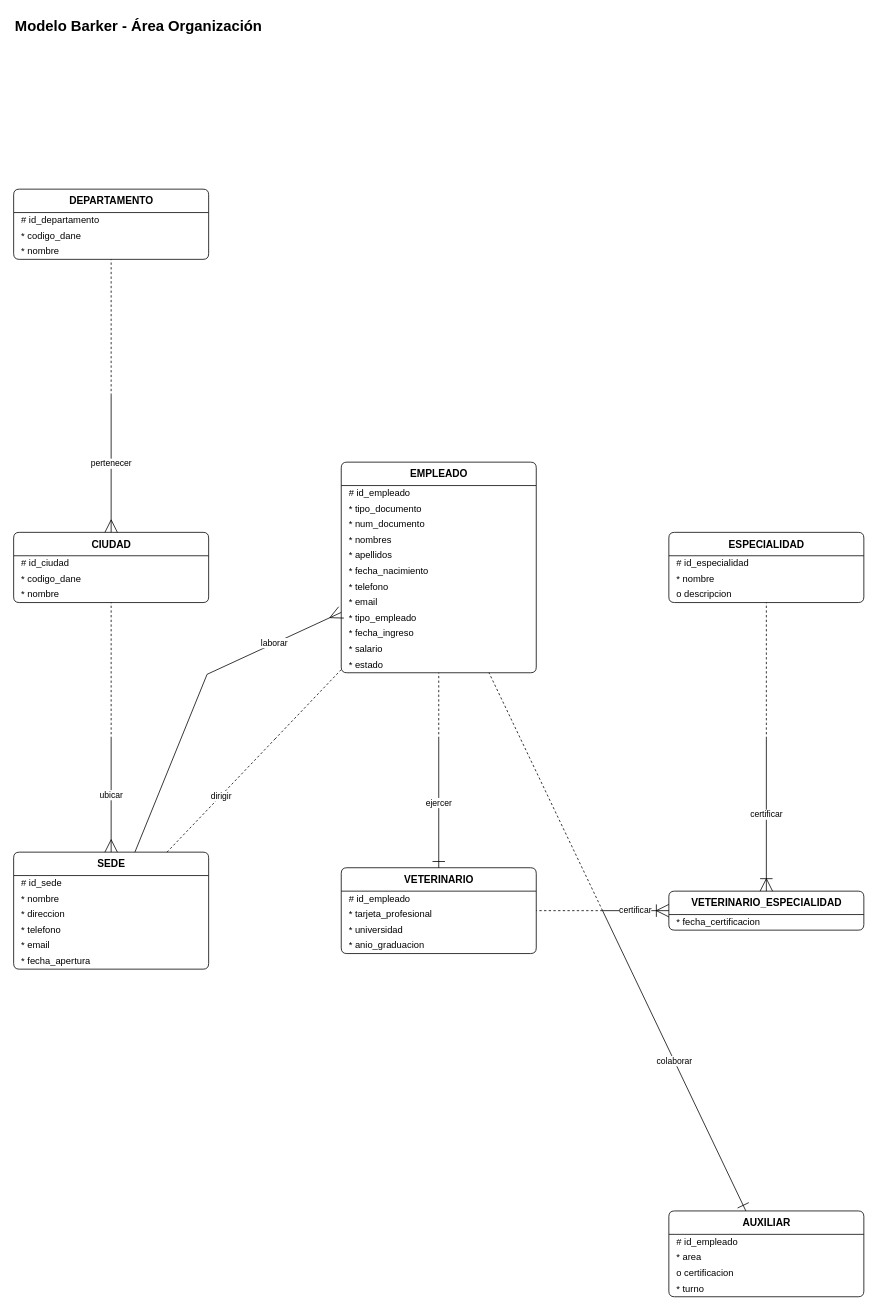
Earlier version of the draw.io diagram documentos/fase1/diagramas_drawio/16_Barker_Organizacion.drawio (Estarlan/proyecto-bd1-sigevet). Source tidied: cells renumbered, new cells numbered last; positions are measured from the earlier drawing's top-left corner, leaving out a move shared by most shapes. Both pictures are drawn from the tidied source at 78%, with x=0, y=0 at pixel (13, 13).
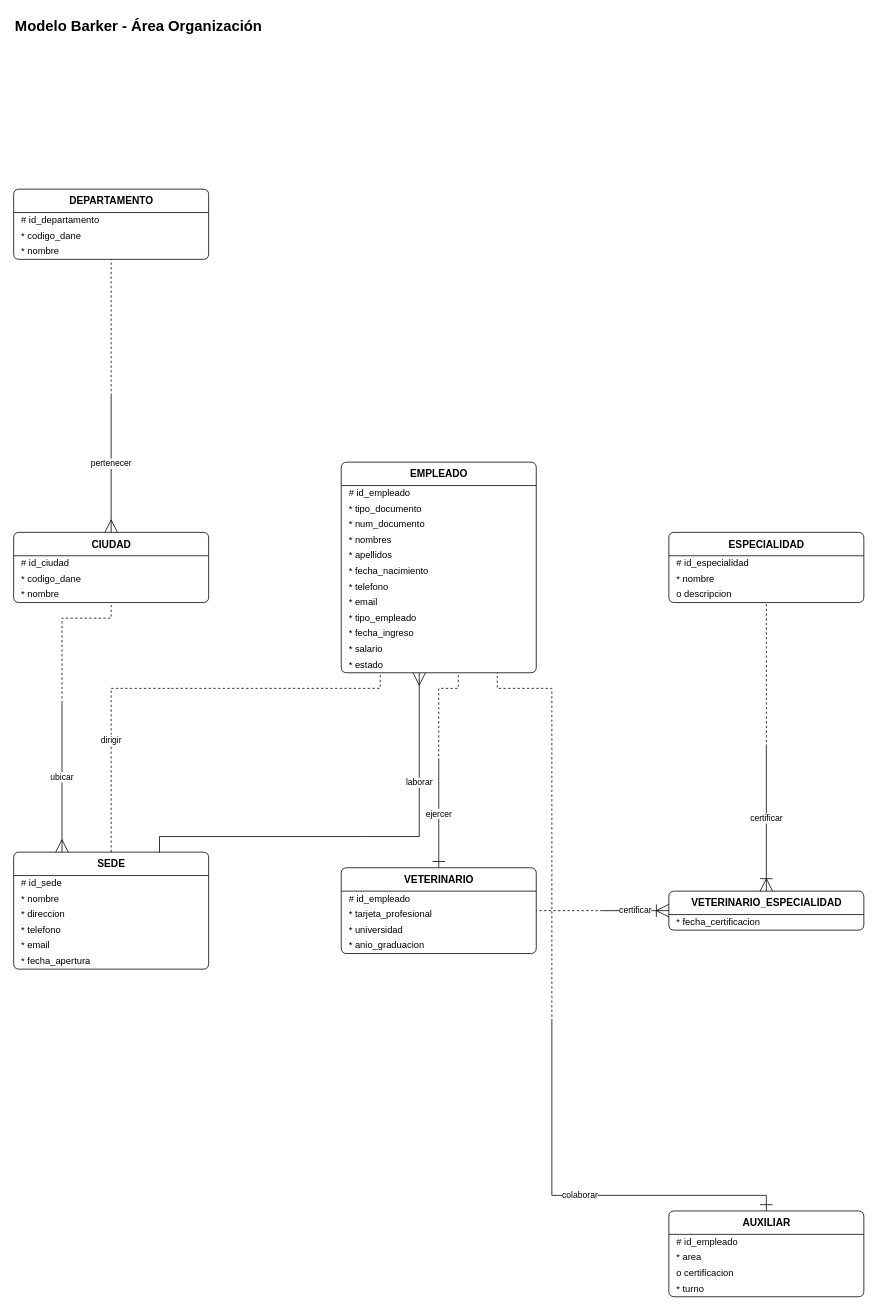
After the change.

Unchanged cells that the change refers to:
```xml
<mxCell id="3" value="DEPARTAMENTO" style="swimlane;fontStyle=1;horizontal=1;startSize=30;html=1;fillColor=none;swimlaneFillColor=none;fontSize=13;rounded=1;arcSize=8;" parent="1" vertex="1">
  <mxGeometry y="225" width="250" height="90" as="geometry" />
</mxCell>
<mxCell id="7" value="CIUDAD" style="swimlane;fontStyle=1;horizontal=1;startSize=30;html=1;fillColor=none;swimlaneFillColor=none;fontSize=13;rounded=1;arcSize=8;" parent="1" vertex="1">
  <mxGeometry y="665" width="250" height="90" as="geometry" />
</mxCell>
<mxCell id="11" value="SEDE" style="swimlane;fontStyle=1;horizontal=1;startSize=30;html=1;fillColor=none;swimlaneFillColor=none;fontSize=13;rounded=1;arcSize=8;" parent="1" vertex="1">
  <mxGeometry y="1075" width="250" height="150" as="geometry" />
</mxCell>
<mxCell id="18" value="EMPLEADO" style="swimlane;fontStyle=1;horizontal=1;startSize=30;html=1;fillColor=none;swimlaneFillColor=none;fontSize=13;rounded=1;arcSize=8;" parent="1" vertex="1">
  <mxGeometry x="420" y="575" width="250" height="270" as="geometry" />
</mxCell>
<mxCell id="31" value="VETERINARIO" style="swimlane;fontStyle=1;horizontal=1;startSize=30;html=1;fillColor=none;swimlaneFillColor=none;fontSize=13;rounded=1;arcSize=8;" parent="1" vertex="1">
  <mxGeometry x="420" y="1095" width="250" height="110" as="geometry" />
</mxCell>
<mxCell id="36" value="AUXILIAR" style="swimlane;fontStyle=1;horizontal=1;startSize=30;html=1;fillColor=none;swimlaneFillColor=none;fontSize=13;rounded=1;arcSize=8;" parent="1" vertex="1">
  <mxGeometry x="840" y="1535" width="250" height="110" as="geometry" />
</mxCell>
<mxCell id="41" value="ESPECIALIDAD" style="swimlane;fontStyle=1;horizontal=1;startSize=30;html=1;fillColor=none;swimlaneFillColor=none;fontSize=13;rounded=1;arcSize=8;" parent="1" vertex="1">
  <mxGeometry x="840" y="665" width="250" height="90" as="geometry" />
</mxCell>
<mxCell id="45" value="VETERINARIO_ESPECIALIDAD" style="swimlane;fontStyle=1;horizontal=1;startSize=30;html=1;fillColor=none;swimlaneFillColor=none;fontSize=13;rounded=1;arcSize=8;" parent="1" vertex="1">
  <mxGeometry x="840" y="1125" width="250" height="50" as="geometry" />
</mxCell>
```

Diff of the diagram source:
```diff
@@
-    <mxCell id="47" style="shape=waypoint;fillColor=none;strokeColor=none;size=1;perimeter=centerPerimeter;" parent="1" vertex="1">
-      <mxGeometry x="124" y="489" width="2" height="2" as="geometry" />
+    <mxCell id="47" style="shape=waypoint;fillColor=none;strokeColor=none;perimeter=centerPerimeter;" parent="1" vertex="1">
+      <mxGeometry x="125" y="490" as="geometry" />
     </mxCell>
-    <mxCell id="48" value="pertenecer" style="html=1;endArrow=none;fontSize=12;labelBackgroundColor=default;startArrow=ERmany;startFill=0;startSize=14;fontSize=11;jumpStyle=arc;jumpSize=10;" parent="1" edge="1" source="7" target="47">
+    <mxCell id="48" value="pertenecer" style="html=1;endArrow=none;fontSize=12;labelBackgroundColor=default;edgeStyle=none;rounded=0;exitX=0.50000000;exitY=0.00000000;exitPerimeter=0;entryX=0;entryY=0;entryPerimeter=0;startArrow=ERmany;startFill=0;startSize=14;fontSize=11;" parent="1" edge="1" source="7" target="47">
       <mxGeometry relative="1" as="geometry" />
     </mxCell>
-    <mxCell id="49" style="html=1;endArrow=none;fontSize=12;labelBackgroundColor=default;dashed=1;jumpStyle=arc;jumpSize=10;" parent="1" edge="1" source="47" target="3">
+    <mxCell id="49" style="html=1;endArrow=none;fontSize=12;labelBackgroundColor=default;edgeStyle=none;rounded=0;dashed=1;exitX=0;exitY=0;exitPerimeter=0;entryX=0.50000000;entryY=1.00000000;entryPerimeter=0;" parent="1" edge="1" source="47" target="3">
       <mxGeometry relative="1" as="geometry" />
     </mxCell>
-    <mxCell id="50" style="shape=waypoint;fillColor=none;strokeColor=none;size=1;perimeter=centerPerimeter;" parent="1" vertex="1">
-      <mxGeometry x="124" y="929" width="2" height="2" as="geometry" />
+    <mxCell id="50" style="shape=waypoint;fillColor=none;strokeColor=none;perimeter=centerPerimeter;" parent="1" vertex="1">
+      <mxGeometry x="62" y="884" as="geometry" />
     </mxCell>
-    <mxCell id="51" value="ubicar" style="html=1;endArrow=none;fontSize=12;labelBackgroundColor=default;startArrow=ERmany;startFill=0;startSize=14;fontSize=11;jumpStyle=arc;jumpSize=10;" parent="1" edge="1" source="11" target="50">
+    <mxCell id="51" value="ubicar" style="html=1;endArrow=none;fontSize=12;labelBackgroundColor=default;edgeStyle=none;rounded=0;exitX=0.24800000;exitY=0.00000000;exitPerimeter=0;entryX=0;entryY=0;entryPerimeter=0;startArrow=ERmany;startFill=0;startSize=14;fontSize=11;" parent="1" edge="1" source="11" target="50">
       <mxGeometry relative="1" as="geometry" />
     </mxCell>
-    <mxCell id="52" style="html=1;endArrow=none;fontSize=12;labelBackgroundColor=default;dashed=1;jumpStyle=arc;jumpSize=10;" parent="1" edge="1" source="50" target="7">
-      <mxGeometry relative="1" as="geometry" />
+    <mxCell id="52" style="html=1;endArrow=none;fontSize=12;labelBackgroundColor=default;edgeStyle=none;rounded=0;dashed=1;exitX=0;exitY=0;exitPerimeter=0;entryX=0.50000000;entryY=1.00000000;entryPerimeter=0;" parent="1" edge="1" source="50" target="7">
+      <mxGeometry relative="1" as="geometry">
+        <Array as="points">
+          <mxPoint x="62" y="775" />
+          <mxPoint x="125" y="775" />
+        </Array>
+      </mxGeometry>
     </mxCell>
-    <mxCell id="53" style="shape=waypoint;fillColor=none;strokeColor=none;size=1;perimeter=centerPerimeter;" parent="1" vertex="1">
-      <mxGeometry x="334" y="929" width="2" height="2" as="geometry" />
+    <mxCell id="53" style="shape=waypoint;fillColor=none;strokeColor=none;perimeter=centerPerimeter;" parent="1" vertex="1">
+      <mxGeometry x="202" y="865" as="geometry" />
     </mxCell>
-    <mxCell id="54" value="dirigir" style="html=1;endArrow=none;fontSize=12;labelBackgroundColor=default;dashed=1;startArrow=none;startFill=0;startSize=14;fontSize=11;jumpStyle=arc;jumpSize=10;" parent="1" edge="1" source="11" target="53">
-      <mxGeometry relative="1" as="geometry" />
+    <mxCell id="54" value="dirigir" style="html=1;endArrow=none;fontSize=12;labelBackgroundColor=default;edgeStyle=none;rounded=0;dashed=1;exitX=0.50000000;exitY=0.00000000;exitPerimeter=0;entryX=0;entryY=0;entryPerimeter=0;startArrow=none;startFill=0;startSize=14;fontSize=11;" parent="1" edge="1" source="11" target="53">
+      <mxGeometry relative="1" as="geometry">
+        <Array as="points">
+          <mxPoint x="125" y="865" />
+        </Array>
+      </mxGeometry>
     </mxCell>
-    <mxCell id="55" style="html=1;endArrow=none;fontSize=12;labelBackgroundColor=default;dashed=1;jumpStyle=arc;jumpSize=10;" parent="1" edge="1" source="53" target="18">
-      <mxGeometry relative="1" as="geometry" />
+    <mxCell id="55" style="html=1;endArrow=none;fontSize=12;labelBackgroundColor=default;edgeStyle=none;rounded=0;dashed=1;exitX=0;exitY=0;exitPerimeter=0;entryX=0.20000000;entryY=1.00000000;entryPerimeter=0;" parent="1" edge="1" source="53" target="18">
+      <mxGeometry relative="1" as="geometry">
+        <Array as="points">
+          <mxPoint x="470" y="865" />
+        </Array>
+      </mxGeometry>
     </mxCell>
-    <mxCell id="56" style="shape=waypoint;fillColor=none;strokeColor=none;size=1;perimeter=centerPerimeter;" parent="1" vertex="1">
-      <mxGeometry x="247" y="846" width="2" height="2" as="geometry" />
+    <mxCell id="56" style="shape=waypoint;fillColor=none;strokeColor=none;perimeter=centerPerimeter;" parent="1" vertex="1">
+      <mxGeometry x="448" y="1055" as="geometry" />
     </mxCell>
-    <mxCell id="57" value="laborar" style="html=1;endArrow=none;fontSize=12;labelBackgroundColor=default;startArrow=ERmany;startFill=0;startSize=14;fontSize=11;jumpStyle=arc;jumpSize=10;" parent="1" edge="1" source="18" target="56">
-      <mxGeometry relative="1" as="geometry" />
+    <mxCell id="57" value="laborar" style="html=1;endArrow=none;fontSize=12;labelBackgroundColor=default;edgeStyle=none;rounded=0;exitX=0.40000000;exitY=1.00000000;exitPerimeter=0;entryX=0;entryY=0;entryPerimeter=0;startArrow=ERmany;startFill=0;startSize=14;fontSize=11;" parent="1" edge="1" source="18" target="56">
+      <mxGeometry relative="1" as="geometry">
+        <Array as="points">
+          <mxPoint x="520" y="1055" />
+        </Array>
+      </mxGeometry>
     </mxCell>
-    <mxCell id="58" style="html=1;endArrow=none;fontSize=12;labelBackgroundColor=default;jumpStyle=arc;jumpSize=10;" parent="1" edge="1" source="56" target="11">
-      <mxGeometry relative="1" as="geometry" />
+    <mxCell id="58" style="html=1;endArrow=none;fontSize=12;labelBackgroundColor=default;edgeStyle=none;rounded=0;exitX=0;exitY=0;exitPerimeter=0;entryX=0.74800000;entryY=0.00000000;entryPerimeter=0;" parent="1" edge="1" source="56" target="11">
+      <mxGeometry relative="1" as="geometry">
+        <Array as="points">
+          <mxPoint x="187" y="1055" />
+        </Array>
+      </mxGeometry>
     </mxCell>
-    <mxCell id="59" style="shape=waypoint;fillColor=none;strokeColor=none;size=1;perimeter=centerPerimeter;" parent="1" vertex="1">
-      <mxGeometry x="544" y="929" width="2" height="2" as="geometry" />
+    <mxCell id="59" style="shape=waypoint;fillColor=none;strokeColor=none;perimeter=centerPerimeter;" parent="1" vertex="1">
+      <mxGeometry x="545" y="958" as="geometry" />
     </mxCell>
-    <mxCell id="60" value="ejercer" style="html=1;endArrow=none;fontSize=12;labelBackgroundColor=default;startArrow=ERone;startFill=0;startSize=14;fontSize=11;jumpStyle=arc;jumpSize=10;" parent="1" edge="1" source="31" target="59">
+    <mxCell id="60" value="ejercer" style="html=1;endArrow=none;fontSize=12;labelBackgroundColor=default;edgeStyle=none;rounded=0;exitX=0.50000000;exitY=0.00000000;exitPerimeter=0;entryX=0;entryY=0;entryPerimeter=0;startArrow=ERone;startFill=0;startSize=14;fontSize=11;" parent="1" edge="1" source="31" target="59">
       <mxGeometry relative="1" as="geometry" />
     </mxCell>
-    <mxCell id="61" style="html=1;endArrow=none;fontSize=12;labelBackgroundColor=default;dashed=1;jumpStyle=arc;jumpSize=10;" parent="1" edge="1" source="59" target="18">
-      <mxGeometry relative="1" as="geometry" />
+    <mxCell id="61" style="html=1;endArrow=none;fontSize=12;labelBackgroundColor=default;edgeStyle=none;rounded=0;dashed=1;exitX=0;exitY=0;exitPerimeter=0;entryX=0.60000000;entryY=1.00000000;entryPerimeter=0;" parent="1" edge="1" source="59" target="18">
+      <mxGeometry relative="1" as="geometry">
+        <Array as="points">
+          <mxPoint x="545" y="865" />
+          <mxPoint x="570" y="865" />
+        </Array>
+      </mxGeometry>
     </mxCell>
-    <mxCell id="62" style="shape=waypoint;fillColor=none;strokeColor=none;size=1;perimeter=centerPerimeter;" parent="1" vertex="1">
-      <mxGeometry x="754" y="1149" width="2" height="2" as="geometry" />
+    <mxCell id="62" style="shape=waypoint;fillColor=none;strokeColor=none;perimeter=centerPerimeter;" parent="1" vertex="1">
+      <mxGeometry x="690" y="1292" as="geometry" />
     </mxCell>
-    <mxCell id="63" value="colaborar" style="html=1;endArrow=none;fontSize=12;labelBackgroundColor=default;startArrow=ERone;startFill=0;startSize=14;fontSize=11;jumpStyle=arc;jumpSize=10;" parent="1" edge="1" source="36" target="62">
-      <mxGeometry relative="1" as="geometry" />
+    <mxCell id="63" value="colaborar" style="html=1;endArrow=none;fontSize=12;labelBackgroundColor=default;edgeStyle=none;rounded=0;exitX=0.50000000;exitY=0.00000000;exitPerimeter=0;entryX=0;entryY=0;entryPerimeter=0;startArrow=ERone;startFill=0;startSize=14;fontSize=11;" parent="1" edge="1" source="36" target="62">
+      <mxGeometry relative="1" as="geometry">
+        <Array as="points">
+          <mxPoint x="965" y="1515" />
+          <mxPoint x="690" y="1515" />
+        </Array>
+      </mxGeometry>
     </mxCell>
-    <mxCell id="64" style="html=1;endArrow=none;fontSize=12;labelBackgroundColor=default;dashed=1;jumpStyle=arc;jumpSize=10;" parent="1" edge="1" source="62" target="18">
-      <mxGeometry relative="1" as="geometry" />
+    <mxCell id="64" style="html=1;endArrow=none;fontSize=12;labelBackgroundColor=default;edgeStyle=none;rounded=0;dashed=1;exitX=0;exitY=0;exitPerimeter=0;entryX=0.80000000;entryY=1.00000000;entryPerimeter=0;" parent="1" edge="1" source="62" target="18">
+      <mxGeometry relative="1" as="geometry">
+        <Array as="points">
+          <mxPoint x="690" y="865" />
+          <mxPoint x="620" y="865" />
+        </Array>
+      </mxGeometry>
     </mxCell>
-    <mxCell id="65" style="shape=waypoint;fillColor=none;strokeColor=none;size=1;perimeter=centerPerimeter;" parent="1" vertex="1">
-      <mxGeometry x="754" y="1149" width="2" height="2" as="geometry" />
+    <mxCell id="65" style="shape=waypoint;fillColor=none;strokeColor=none;perimeter=centerPerimeter;" parent="1" vertex="1">
+      <mxGeometry x="755" y="1150" as="geometry" />
     </mxCell>
-    <mxCell id="66" value="certificar" style="html=1;endArrow=none;fontSize=12;labelBackgroundColor=default;startArrow=ERoneToMany;startFill=0;startSize=14;fontSize=11;jumpStyle=arc;jumpSize=10;" parent="1" edge="1" source="45" target="65">
+    <mxCell id="66" value="certificar" style="html=1;endArrow=none;fontSize=12;labelBackgroundColor=default;edgeStyle=none;rounded=0;exitX=0.00000000;exitY=0.50000000;exitPerimeter=0;entryX=0;entryY=0;entryPerimeter=0;startArrow=ERoneToMany;startFill=0;startSize=14;fontSize=11;" parent="1" edge="1" source="45" target="65">
       <mxGeometry relative="1" as="geometry" />
     </mxCell>
-    <mxCell id="67" style="html=1;endArrow=none;fontSize=12;labelBackgroundColor=default;dashed=1;jumpStyle=arc;jumpSize=10;" parent="1" edge="1" source="65" target="31">
+    <mxCell id="67" style="html=1;endArrow=none;fontSize=12;labelBackgroundColor=default;edgeStyle=none;rounded=0;dashed=1;exitX=0;exitY=0;exitPerimeter=0;entryX=1.00000000;entryY=0.50000000;entryPerimeter=0;" parent="1" edge="1" source="65" target="31">
       <mxGeometry relative="1" as="geometry" />
     </mxCell>
-    <mxCell id="68" style="shape=waypoint;fillColor=none;strokeColor=none;size=1;perimeter=centerPerimeter;" parent="1" vertex="1">
-      <mxGeometry x="964" y="929" width="2" height="2" as="geometry" />
+    <mxCell id="68" style="shape=waypoint;fillColor=none;strokeColor=none;perimeter=centerPerimeter;" parent="1" vertex="1">
+      <mxGeometry x="965" y="940" as="geometry" />
     </mxCell>
-    <mxCell id="69" value="certificar" style="html=1;endArrow=none;fontSize=12;labelBackgroundColor=default;startArrow=ERoneToMany;startFill=0;startSize=14;fontSize=11;jumpStyle=arc;jumpSize=10;" parent="1" edge="1" source="45" target="68">
+    <mxCell id="69" value="certificar" style="html=1;endArrow=none;fontSize=12;labelBackgroundColor=default;edgeStyle=none;rounded=0;exitX=0.50000000;exitY=0.00000000;exitPerimeter=0;entryX=0;entryY=0;entryPerimeter=0;startArrow=ERoneToMany;startFill=0;startSize=14;fontSize=11;" parent="1" edge="1" source="45" target="68">
       <mxGeometry relative="1" as="geometry" />
     </mxCell>
-    <mxCell id="70" style="html=1;endArrow=none;fontSize=12;labelBackgroundColor=default;dashed=1;jumpStyle=arc;jumpSize=10;" parent="1" edge="1" source="68" target="41">
+    <mxCell id="70" style="html=1;endArrow=none;fontSize=12;labelBackgroundColor=default;edgeStyle=none;rounded=0;dashed=1;exitX=0;exitY=0;exitPerimeter=0;entryX=0.50000000;entryY=1.00000000;entryPerimeter=0;" parent="1" edge="1" source="68" target="41">
       <mxGeometry relative="1" as="geometry" />
     </mxCell>
```
